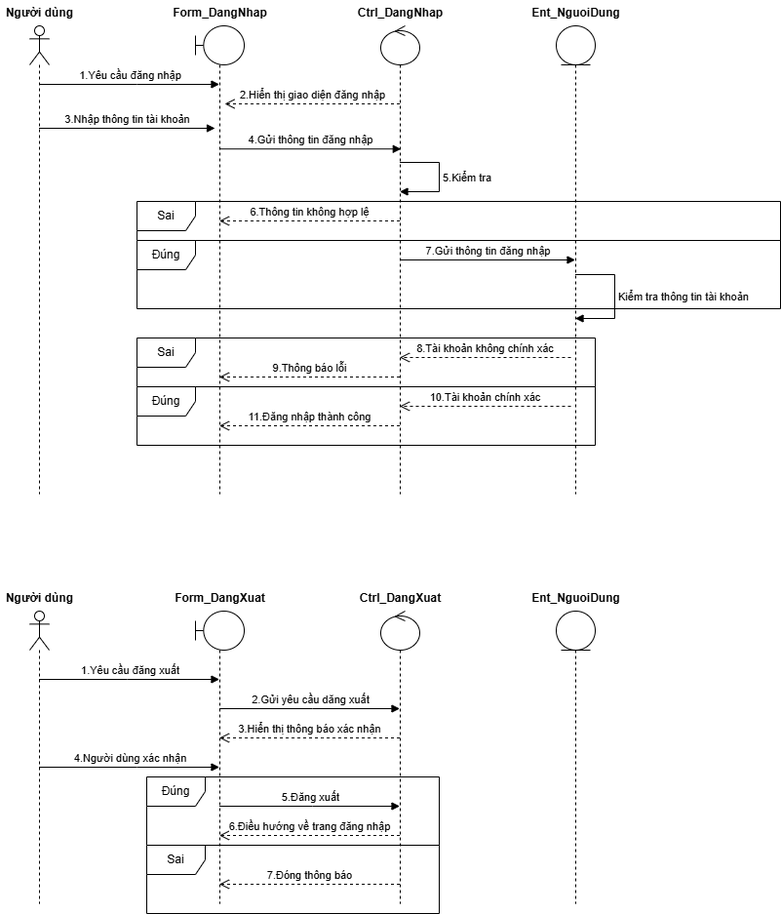
Before: BieuDoTuanTu.drawio.png, a diagram exported from draw.io (Thaiduonng/PTTKHT). Source tidied: cells renumbered, new cells last; positions are measured from the earlier drawing's top-left corner, leaving out a move shared by most shapes.
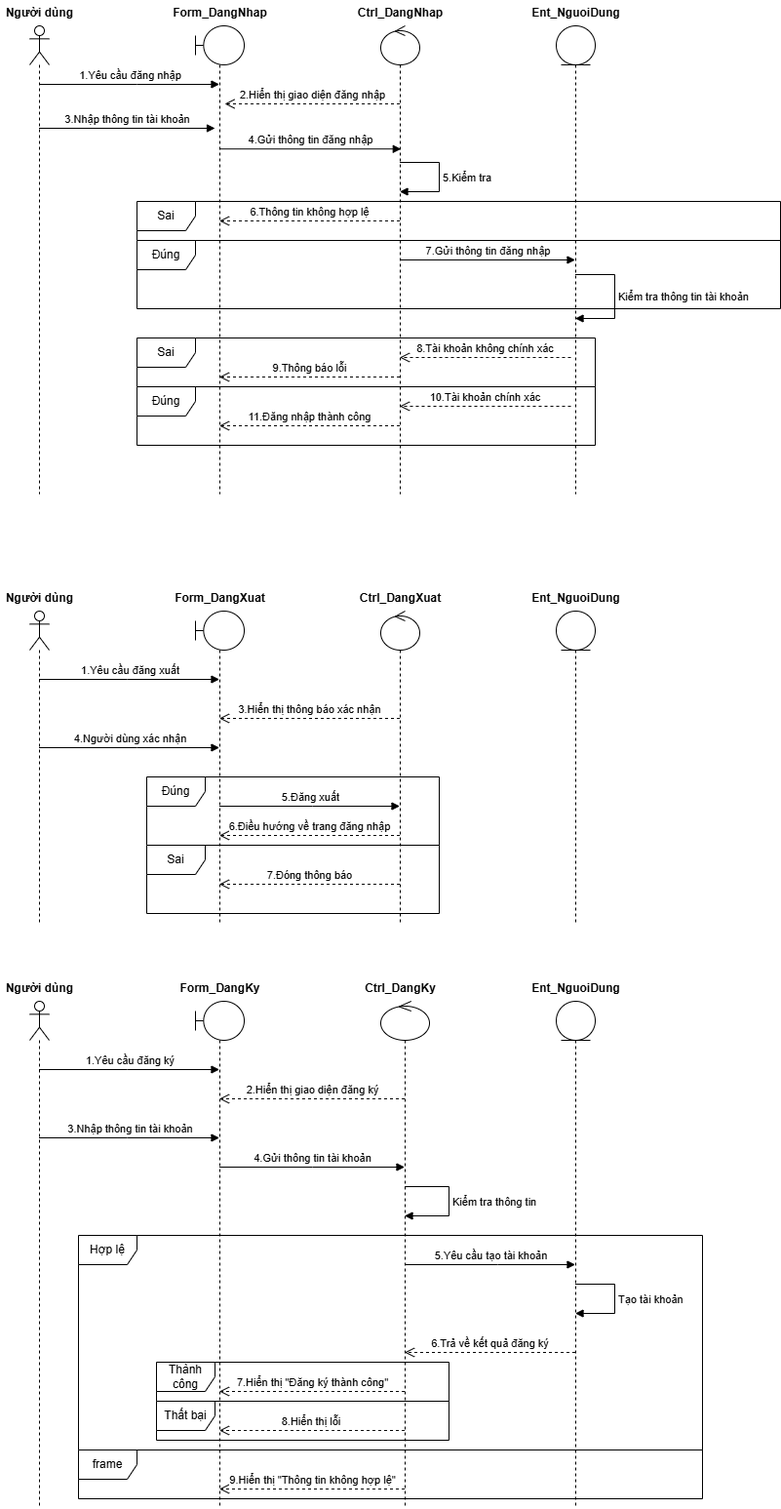
Above is the later version.

Diff of the diagram source:
```diff
@@ -113,16 +113,16 @@
       <mxGeometry x="140" y="396" width="470" height="60" as="geometry" />
     </mxCell>
     <mxCell id="25" style="shape=umlLifeline;perimeter=lifelinePerimeter;whiteSpace=wrap;html=1;outlineConnect=0;portConstraint=eastwest;newEdgeStyle={&quot;curved&quot;:0,&quot;rounded&quot;:0};participant=umlActor;" parent="1" vertex="1">
-      <mxGeometry x="30" y="626" width="20" height="300" as="geometry" />
+      <mxGeometry x="30" y="626" width="20" height="320" as="geometry" />
     </mxCell>
     <mxCell id="26" style="shape=umlLifeline;perimeter=lifelinePerimeter;whiteSpace=wrap;html=1;outlineConnect=0;portConstraint=eastwest;newEdgeStyle={&quot;curved&quot;:0,&quot;rounded&quot;:0};participant=umlBoundary;" parent="1" vertex="1">
-      <mxGeometry x="200" y="626" width="50" height="300" as="geometry" />
+      <mxGeometry x="200" y="626" width="50" height="320" as="geometry" />
     </mxCell>
     <mxCell id="27" style="shape=umlLifeline;perimeter=lifelinePerimeter;whiteSpace=wrap;html=1;newEdgeStyle={&quot;curved&quot;:0,&quot;rounded&quot;:0};participant=umlEntity;" parent="1" vertex="1">
-      <mxGeometry x="570" y="626" width="40" height="300" as="geometry" />
+      <mxGeometry x="570" y="626" width="40" height="320" as="geometry" />
     </mxCell>
     <mxCell id="28" style="shape=umlLifeline;perimeter=lifelinePerimeter;whiteSpace=wrap;html=1;outlineConnect=0;portConstraint=eastwest;newEdgeStyle={&quot;curved&quot;:0,&quot;rounded&quot;:0};participant=umlControl;" parent="1" vertex="1">
-      <mxGeometry x="390" y="626" width="40" height="300" as="geometry" />
+      <mxGeometry x="390" y="626" width="40" height="320" as="geometry" />
     </mxCell>
     <mxCell id="29" value="Người dùng" style="text;align=center;fontStyle=1;verticalAlign=middle;spacingLeft=3;spacingRight=3;strokeColor=none;html=1;" parent="1" vertex="1">
       <mxGeometry y="600" width="80" height="26" as="geometry" />
@@ -154,24 +154,17 @@
     <mxCell id="35" value="3.Hiển thị thông báo xác nhận" style="html=1;verticalAlign=bottom;endArrow=open;dashed=1;endSize=8;curved=0;rounded=0;" parent="1" edge="1" source="28" target="26">
       <mxGeometry relative="1" as="geometry">
         <Array as="points">
-          <mxPoint x="330" y="756" />
+          <mxPoint x="320" y="736" />
         </Array>
       </mxGeometry>
     </mxCell>
     <mxCell id="36" value="4.Người dùng xác nhận" style="html=1;verticalAlign=bottom;endArrow=block;curved=0;rounded=0;" parent="1" edge="1" source="25" target="26">
       <mxGeometry relative="1" as="geometry">
         <Array as="points">
-          <mxPoint x="140" y="786" />
+          <mxPoint x="140" y="766" />
         </Array>
       </mxGeometry>
     </mxCell>
-    <mxCell id="37" value="2.Gửi yêu cầu dăng xuất" style="html=1;verticalAlign=bottom;endArrow=block;curved=0;rounded=0;" parent="1" edge="1" source="26" target="28">
-      <mxGeometry relative="1" as="geometry">
-        <Array as="points">
-          <mxPoint x="320" y="726" />
-        </Array>
-      </mxGeometry>
-    </mxCell>
     <mxCell id="38" value="5.Đăng xuất" style="html=1;verticalAlign=bottom;endArrow=block;curved=0;rounded=0;" parent="1" edge="1" source="26" target="28">
       <mxGeometry relative="1" as="geometry">
         <Array as="points">
@@ -199,5 +192,120 @@
     <mxCell id="42" value="Sai" style="shape=umlFrame;whiteSpace=wrap;html=1;" parent="1" vertex="1">
       <mxGeometry x="150" y="866" width="300" height="70" as="geometry" />
     </mxCell>
+    <mxCell id="43" style="shape=umlLifeline;perimeter=lifelinePerimeter;whiteSpace=wrap;html=1;outlineConnect=0;portConstraint=eastwest;newEdgeStyle={&quot;curved&quot;:0,&quot;rounded&quot;:0};participant=umlActor;" parent="1" vertex="1">
+      <mxGeometry x="30" y="1026" width="20" height="520" as="geometry" />
+    </mxCell>
+    <mxCell id="44" style="shape=umlLifeline;perimeter=lifelinePerimeter;whiteSpace=wrap;html=1;outlineConnect=0;portConstraint=eastwest;newEdgeStyle={&quot;curved&quot;:0,&quot;rounded&quot;:0};participant=umlBoundary;" parent="1" vertex="1">
+      <mxGeometry x="200" y="1026" width="50" height="520" as="geometry" />
+    </mxCell>
+    <mxCell id="45" style="shape=umlLifeline;perimeter=lifelinePerimeter;whiteSpace=wrap;html=1;outlineConnect=0;portConstraint=eastwest;newEdgeStyle={&quot;curved&quot;:0,&quot;rounded&quot;:0};participant=umlEntity;" parent="1" vertex="1">
+      <mxGeometry x="570" y="1026" width="40" height="520" as="geometry" />
+    </mxCell>
+    <mxCell id="46" style="shape=umlLifeline;perimeter=lifelinePerimeter;whiteSpace=wrap;html=1;outlineConnect=0;portConstraint=eastwest;newEdgeStyle={&quot;curved&quot;:0,&quot;rounded&quot;:0};participant=umlControl;" parent="1" vertex="1">
+      <mxGeometry x="390" y="1026" width="50" height="520" as="geometry" />
+    </mxCell>
+    <mxCell id="47" value="Người dùng" style="text;align=center;fontStyle=1;verticalAlign=middle;spacingLeft=3;spacingRight=3;strokeColor=none;html=1;" parent="1" vertex="1">
+      <mxGeometry y="1000" width="80" height="26" as="geometry" />
+    </mxCell>
+    <mxCell id="48" value="Form_DangKy" style="text;align=center;fontStyle=1;verticalAlign=middle;spacingLeft=3;spacingRight=3;strokeColor=none;html=1;" parent="1" vertex="1">
+      <mxGeometry x="185" y="1000" width="80" height="26" as="geometry" />
+    </mxCell>
+    <mxCell id="49" value="Ctrl_DangKy" style="text;align=center;fontStyle=1;verticalAlign=middle;spacingLeft=3;spacingRight=3;strokeColor=none;html=1;" parent="1" vertex="1">
+      <mxGeometry x="370" y="1000" width="80" height="26" as="geometry" />
+    </mxCell>
+    <mxCell id="50" value="Ent_NguoiDung" style="text;align=center;fontStyle=1;verticalAlign=middle;spacingLeft=3;spacingRight=3;strokeColor=none;html=1;" parent="1" vertex="1">
+      <mxGeometry x="550" y="1000" width="80" height="26" as="geometry" />
+    </mxCell>
+    <mxCell id="51" value="1.Yêu cầu đăng ký" style="html=1;verticalAlign=bottom;endArrow=block;curved=0;rounded=0;" parent="1" edge="1" source="43" target="44">
+      <mxGeometry relative="1" as="geometry">
+        <Array as="points">
+          <mxPoint x="130" y="1096" />
+        </Array>
+      </mxGeometry>
+    </mxCell>
+    <mxCell id="52" value="2.Hiển thị giao diện đăng ký" style="html=1;verticalAlign=bottom;endArrow=open;dashed=1;endSize=8;curved=0;rounded=0;" parent="1" edge="1" source="46" target="44">
+      <mxGeometry relative="1" as="geometry">
+        <Array as="points">
+          <mxPoint x="320" y="1126" />
+        </Array>
+      </mxGeometry>
+    </mxCell>
+    <mxCell id="53" value="3.Nhập thông tin tài khoản" style="html=1;verticalAlign=bottom;endArrow=block;curved=0;rounded=0;" parent="1" edge="1" source="43" target="44">
+      <mxGeometry relative="1" as="geometry">
+        <Array as="points">
+          <mxPoint x="130" y="1166" />
+        </Array>
+      </mxGeometry>
+    </mxCell>
+    <mxCell id="54" value="4.Gửi thông tin tài khoản" style="html=1;verticalAlign=bottom;endArrow=block;curved=0;rounded=0;" parent="1" edge="1" source="44" target="46">
+      <mxGeometry relative="1" as="geometry">
+        <Array as="points">
+          <mxPoint x="320" y="1196" />
+        </Array>
+      </mxGeometry>
+    </mxCell>
+    <mxCell id="55" value="Kiểm tra thông tin" style="html=1;align=left;spacingLeft=2;endArrow=block;rounded=0;edgeStyle=orthogonalEdgeStyle;curved=0;rounded=0;" parent="1" edge="1" source="46" target="46">
+      <mxGeometry relative="1" as="geometry">
+        <Array as="points">
+          <mxPoint x="460" y="1216" />
+          <mxPoint x="460" y="1246" />
+        </Array>
+      </mxGeometry>
+    </mxCell>
+    <mxCell id="56" value="5.Yêu cầu tạo tài khoản" style="html=1;verticalAlign=bottom;endArrow=block;curved=0;rounded=0;" parent="1" edge="1" source="46" target="45">
+      <mxGeometry relative="1" as="geometry">
+        <Array as="points">
+          <mxPoint x="510" y="1296" />
+        </Array>
+      </mxGeometry>
+    </mxCell>
+    <mxCell id="57" value="Tạo tài khoản" style="html=1;align=left;spacingLeft=2;endArrow=block;rounded=0;edgeStyle=orthogonalEdgeStyle;curved=0;rounded=0;" parent="1" edge="1" source="45" target="45">
+      <mxGeometry relative="1" as="geometry">
+        <Array as="points">
+          <mxPoint x="630" y="1316" />
+          <mxPoint x="630" y="1346" />
+        </Array>
+      </mxGeometry>
+    </mxCell>
+    <mxCell id="58" value="Hợp lệ" style="shape=umlFrame;whiteSpace=wrap;html=1;" parent="1" vertex="1">
+      <mxGeometry x="80" y="1266" width="640" height="220" as="geometry" />
+    </mxCell>
+    <mxCell id="59" value="6.Trả về kết quả đăng ký" style="html=1;verticalAlign=bottom;endArrow=open;dashed=1;endSize=8;curved=0;rounded=0;" parent="1" edge="1" source="45" target="46">
+      <mxGeometry relative="1" as="geometry">
+        <Array as="points">
+          <mxPoint x="500" y="1386" />
+        </Array>
+      </mxGeometry>
+    </mxCell>
+    <mxCell id="60" value="7.Hiển thị &quot;Đăng ký thành công&quot;" style="html=1;verticalAlign=bottom;endArrow=open;dashed=1;endSize=8;curved=0;rounded=0;" parent="1" edge="1" source="46" target="44">
+      <mxGeometry relative="1" as="geometry">
+        <Array as="points">
+          <mxPoint x="330" y="1426" />
+        </Array>
+      </mxGeometry>
+    </mxCell>
+    <mxCell id="61" value="8.Hiển thị lỗi&amp;nbsp;" style="html=1;verticalAlign=bottom;endArrow=open;dashed=1;endSize=8;curved=0;rounded=0;" parent="1" edge="1" source="46" target="44">
+      <mxGeometry relative="1" as="geometry">
+        <Array as="points">
+          <mxPoint x="340" y="1466" />
+        </Array>
+      </mxGeometry>
+    </mxCell>
+    <mxCell id="62" value="Thành công" style="shape=umlFrame;whiteSpace=wrap;html=1;" parent="1" vertex="1">
+      <mxGeometry x="160" y="1396" width="300" height="40" as="geometry" />
+    </mxCell>
+    <mxCell id="63" value="Thất bại" style="shape=umlFrame;whiteSpace=wrap;html=1;" parent="1" vertex="1">
+      <mxGeometry x="160" y="1436" width="300" height="40" as="geometry" />
+    </mxCell>
+    <mxCell id="64" value="frame" style="shape=umlFrame;whiteSpace=wrap;html=1;" parent="1" vertex="1">
+      <mxGeometry x="80" y="1486" width="640" height="50" as="geometry" />
+    </mxCell>
+    <mxCell id="65" value="9.Hiển thị &quot;Thông tin không hợp lệ&quot;" style="html=1;verticalAlign=bottom;endArrow=open;dashed=1;endSize=8;curved=0;rounded=0;" parent="1" edge="1" source="46" target="44">
+      <mxGeometry relative="1" as="geometry">
+        <Array as="points">
+          <mxPoint x="320" y="1526" />
+        </Array>
+      </mxGeometry>
+    </mxCell>
   </root>
 </mxGraphModel>
```
